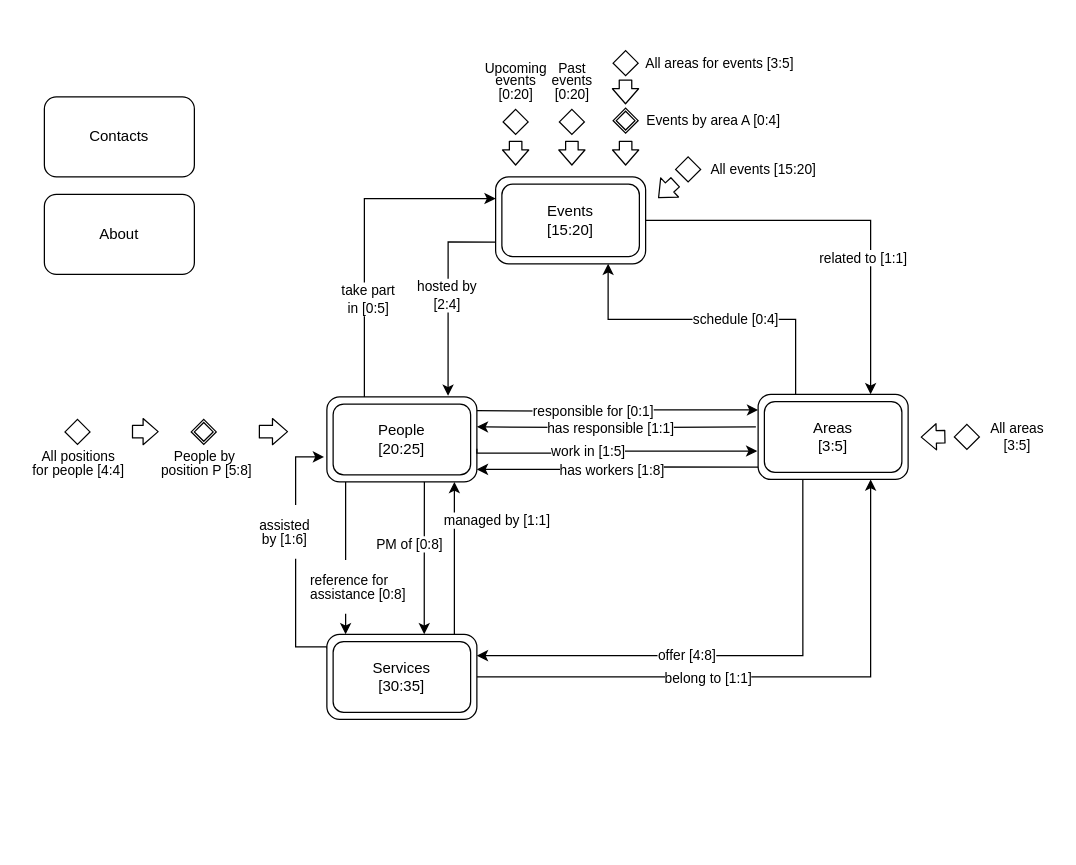
This is Design Document/C-IDM/C-IDM.drawio from lucagrammer/Plug-IT, a draw.io file, before an edit. Source tidied: cells renumbered, new cells numbered last; positions are measured from the earlier drawing's top-left corner, leaving out a move shared by most shapes. Both pictures are drawn from the tidied source at 125%, with x=0, y=0 at pixel (20, 41).
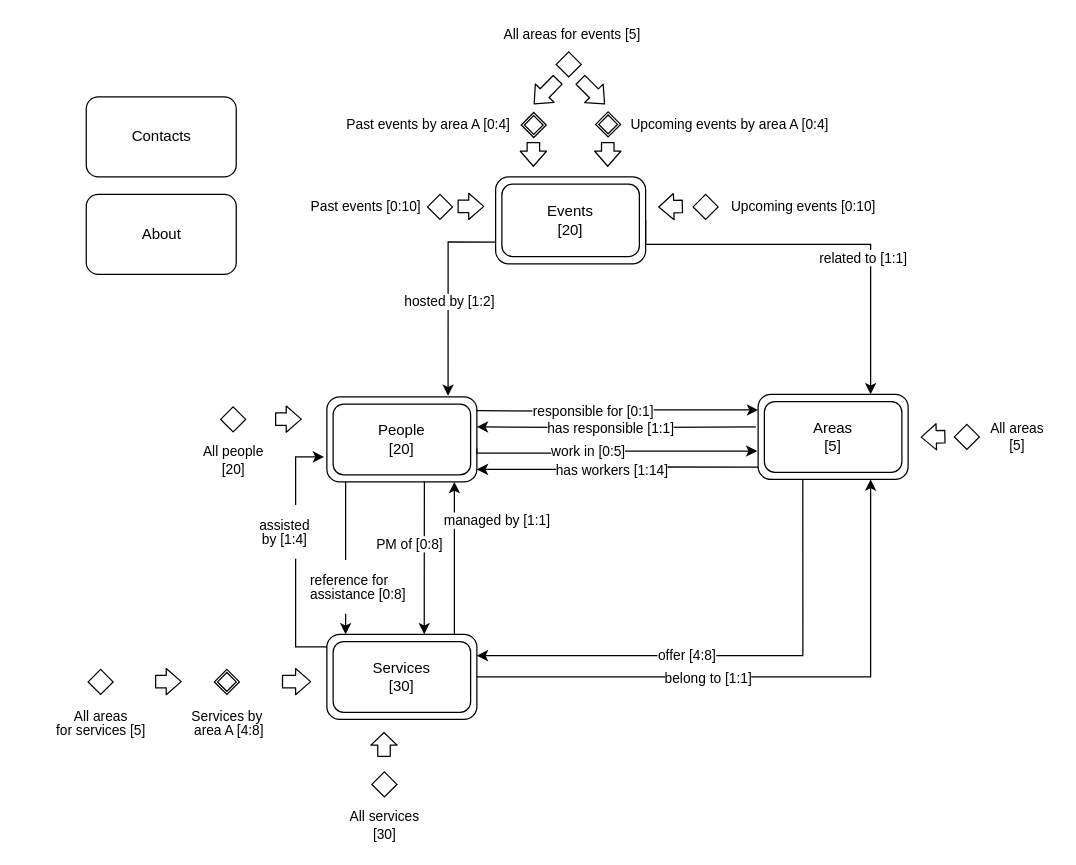
Above is the later version.

The change refers to these unchanged cells:
```xml
<mxCell id="2" style="edgeStyle=orthogonalEdgeStyle;rounded=0;jettySize=auto;html=1;endArrow=none;endFill=0;startArrow=classic;startFill=1;entryX=0.002;entryY=0.855;entryDx=0;entryDy=0;entryPerimeter=0;" parent="1" edge="1" target="44">
  <mxGeometry relative="1" as="geometry">
    <mxPoint x="365" y="342" as="sourcePoint" />
    <Array as="points">
      <mxPoint x="495" y="342" />
    </Array>
  </mxGeometry>
</mxCell>
<mxCell id="6" style="group;" parent="5" vertex="1">
  <mxGeometry width="120" height="68" as="geometry" />
</mxCell>
<mxCell id="7" style="rounded=1;whiteSpace=wrap;html=1;perimeterSpacing=0;sketch=0;" parent="6" vertex="1">
  <mxGeometry width="120" height="68" as="geometry" />
</mxCell>
<mxCell id="25" style="edgeStyle=orthogonalEdgeStyle;rounded=0;jettySize=auto;html=1;entryX=-0.006;entryY=0.667;entryDx=0;entryDy=0;entryPerimeter=0;" parent="1" edge="1" target="44">
  <mxGeometry relative="1" as="geometry">
    <mxPoint x="365" y="325.5" as="sourcePoint" />
    <Array as="points">
      <mxPoint x="365" y="329" />
      <mxPoint x="435" y="329" />
    </Array>
  </mxGeometry>
</mxCell>
<mxCell id="31" style="edgeStyle=orthogonalEdgeStyle;rounded=0;jettySize=auto;html=1;entryX=0;entryY=0.167;entryDx=0;entryDy=0;startArrow=classic;startFill=1;endArrow=none;endFill=0;exitX=-0.019;exitY=0.706;exitDx=0;exitDy=0;exitPerimeter=0;entryPerimeter=0;" parent="1" edge="1" source="7" target="53">
  <mxGeometry relative="1" as="geometry">
    <Array as="points">
      <mxPoint x="220" y="332" />
      <mxPoint x="220" y="484" />
      <mxPoint x="245" y="484" />
    </Array>
  </mxGeometry>
</mxCell>
<mxCell id="43" style="group;" parent="1" vertex="1">
  <mxGeometry x="590" y="282" width="120" height="68" as="geometry" />
</mxCell>
<mxCell id="44" style="rounded=1;whiteSpace=wrap;html=1;perimeterSpacing=0;sketch=0;" parent="43" vertex="1">
  <mxGeometry width="120" height="68" as="geometry" />
</mxCell>
<mxCell id="49" style="group;" parent="1" vertex="1">
  <mxGeometry x="380" y="108" width="120" height="69.5" as="geometry" />
</mxCell>
<mxCell id="50" style="rounded=1;whiteSpace=wrap;html=1;perimeterSpacing=0;sketch=0;" parent="49" vertex="1">
  <mxGeometry width="120" height="69.5" as="geometry" />
</mxCell>
<mxCell id="52" style="group;" parent="1" vertex="1">
  <mxGeometry x="245" y="474" width="120" height="68" as="geometry" />
</mxCell>
<mxCell id="60" style="edgeStyle=orthogonalEdgeStyle;rounded=0;jettySize=auto;html=1;exitX=0;exitY=0.75;exitDx=0;exitDy=0;entryX=0.808;entryY=-0.012;entryDx=0;entryDy=0;entryPerimeter=0;" parent="1" edge="1" source="50" target="7">
  <mxGeometry relative="1" as="geometry" />
</mxCell>
```

The edit, as a diff of the source:
```diff
@@
-    <mxCell id="3" value="has workers [1:8]" style="edgeLabel;html=1;align=center;verticalAlign=middle;" parent="2" vertex="1">
+    <mxCell id="3" value="has workers [1:14]" style="edgeLabel;html=1;align=center;verticalAlign=middle;" parent="2" vertex="1">
       <mxGeometry x="-0.18" relative="1" as="geometry">
         <mxPoint x="14.8" as="offset" />
       </mxGeometry>
     </mxCell>
     <mxCell id="4" value="About" style="rounded=1;whiteSpace=wrap;html=1;sketch=0;" parent="1" vertex="1">
-      <mxGeometry x="19" y="122" width="120" height="64" as="geometry" />
+      <mxGeometry x="52.5" y="122" width="120" height="64" as="geometry" />
     </mxCell>
@@
-    <mxCell id="8" value="People&lt;br&gt;[20:25]" style="rounded=1;whiteSpace=wrap;html=1;sketch=0;" parent="6" vertex="1">
+    <mxCell id="8" value="People&lt;br&gt;[20]" style="rounded=1;whiteSpace=wrap;html=1;sketch=0;" parent="6" vertex="1">
       <mxGeometry x="5" y="5.7" width="110" height="56.7" as="geometry" />
     </mxCell>
@@
     <mxCell id="11" style="edgeStyle=orthogonalEdgeStyle;rounded=0;jettySize=auto;html=1;entryX=1;entryY=0.5;entryDx=0;entryDy=0;startArrow=classic;startFill=1;endArrow=none;endFill=0;exitX=0.75;exitY=0;exitDx=0;exitDy=0;" parent="1" edge="1" source="44" target="50">
       <mxGeometry relative="1" as="geometry">
         <Array as="points">
-          <mxPoint x="680" y="143" />
+          <mxPoint x="680" y="162" />
+          <mxPoint x="500" y="162" />
         </Array>
       </mxGeometry>
     </mxCell>
@@
-    <mxCell id="19" style="edgeStyle=orthogonalEdgeStyle;rounded=0;jettySize=auto;html=1;exitX=0.75;exitY=1;exitDx=0;exitDy=0;entryX=0.25;entryY=0;entryDx=0;entryDy=0;startArrow=classic;startFill=1;endArrow=none;endFill=0;" parent="1" edge="1" source="50" target="44">
-      <mxGeometry relative="1" as="geometry">
-        <Array as="points">
-          <mxPoint x="470" y="222" />
-          <mxPoint x="620" y="222" />
-        </Array>
-      </mxGeometry>
-    </mxCell>
-    <mxCell id="20" value="schedule [0:4]" style="edgeLabel;html=1;align=center;verticalAlign=middle;" parent="19" vertex="1">
-      <mxGeometry x="0.46" y="-1" relative="1" as="geometry">
-        <mxPoint x="-40.5" y="-1.5" as="offset" />
-      </mxGeometry>
-    </mxCell>
@@
-    <mxCell id="26" value="work in [1:5]" style="edgeLabel;html=1;align=center;verticalAlign=middle;" parent="25" vertex="1">
+    <mxCell id="26" value="work in [0:5]" style="edgeLabel;html=1;align=center;verticalAlign=middle;" parent="25" vertex="1">
       <mxGeometry x="-0.18" relative="1" as="geometry" />
     </mxCell>
-    <mxCell id="27" value="&lt;p style=&quot;line-height: 95%&quot;&gt;People by&lt;br style=&quot;font-size: 11px&quot;&gt;&amp;nbsp;position P [5:8]&lt;/p&gt;" style="text;html=1;align=center;verticalAlign=middle;fontSize=11;" parent="1" vertex="1">
-      <mxGeometry x="101.5" y="312" width="90" height="50" as="geometry" />
-    </mxCell>
-    <mxCell id="28" value="&lt;p style=&quot;line-height: 95%&quot;&gt;All positions&lt;br style=&quot;font-size: 11px&quot;&gt;for people [4:4]&lt;/p&gt;" style="text;html=1;align=center;verticalAlign=middle;fontSize=11;" parent="1" vertex="1">
-      <mxGeometry x="0.5" y="312" width="90" height="50" as="geometry" />
-    </mxCell>
@@
-    <mxCell id="32" value="&lt;p style=&quot;line-height: 95%&quot;&gt;assisted &lt;br&gt;by [1:6]&lt;/p&gt;" style="edgeLabel;html=1;align=center;verticalAlign=middle;" parent="31" vertex="1">
+    <mxCell id="32" value="&lt;p style=&quot;line-height: 95%&quot;&gt;assisted &lt;br&gt;by [1:4]&lt;/p&gt;" style="edgeLabel;html=1;align=center;verticalAlign=middle;" parent="31" vertex="1">
       <mxGeometry x="-0.43" y="-2" relative="1" as="geometry">
         <mxPoint x="-8" y="25.7" as="offset" />
       </mxGeometry>
     </mxCell>
@@
-    <mxCell id="34" value="All areas&lt;br style=&quot;font-size: 11px;&quot;&gt;[3:5]" style="text;html=1;align=center;verticalAlign=middle;fontSize=11;" parent="1" vertex="1">
+    <mxCell id="34" value="All areas&lt;br style=&quot;font-size: 11px&quot;&gt;[5]" style="text;html=1;align=center;verticalAlign=middle;fontSize=11;" parent="1" vertex="1">
       <mxGeometry x="767" y="301" width="60" height="30" as="geometry" />
     </mxCell>
     <mxCell id="35" value="Contacts" style="rounded=1;whiteSpace=wrap;html=1;sketch=0;" parent="1" vertex="1">
-      <mxGeometry x="19" y="44" width="120" height="64" as="geometry" />
+      <mxGeometry x="52.5" y="44" width="120" height="64" as="geometry" />
     </mxCell>
     <mxCell id="36" style="rhombus;whiteSpace=wrap;html=1;rounded=0;sketch=0;" parent="1" vertex="1">
-      <mxGeometry x="474" y="53" width="20" height="20" as="geometry" />
+      <mxGeometry x="400.5" y="56.5" width="20" height="20" as="geometry" />
     </mxCell>
-    <mxCell id="37" value="Events by area A [0:4]" style="text;html=1;align=center;verticalAlign=middle;fontSize=11;" parent="1" vertex="1">
-      <mxGeometry x="494" y="53" width="120" height="20" as="geometry" />
+    <mxCell id="37" value="&lt;div&gt;Past events by area A [0:4]&lt;/div&gt;" style="text;html=1;align=center;verticalAlign=middle;fontSize=11;" parent="1" vertex="1">
+      <mxGeometry x="251" y="56" width="150" height="20" as="geometry" />
     </mxCell>
-    <mxCell id="38" style="shape=flexArrow;endArrow=classic;html=1;endWidth=9.902912621359222;endSize=3.67378640776699;" parent="1" edge="1">
-      <mxGeometry relative="1" as="geometry">
-        <mxPoint x="484" y="79" as="sourcePoint" />
-        <mxPoint x="484" y="99" as="targetPoint" />
-      </mxGeometry>
-    </mxCell>
     <mxCell id="39" style="rhombus;whiteSpace=wrap;html=1;rounded=0;sketch=0;" parent="1" vertex="1">
-      <mxGeometry x="476.5" y="55.5" width="15" height="15" as="geometry" />
+      <mxGeometry x="403" y="59" width="15" height="15" as="geometry" />
     </mxCell>
-    <mxCell id="40" style="rhombus;whiteSpace=wrap;html=1;rounded=0;sketch=0;" parent="1" vertex="1">
-      <mxGeometry x="474" y="7" width="20" height="20" as="geometry" />
-    </mxCell>
-    <mxCell id="41" value="All areas for events [3:5]" style="text;html=1;align=center;verticalAlign=middle;fontSize=11;" parent="1" vertex="1">
-      <mxGeometry x="494" y="7" width="130" height="20" as="geometry" />
+    <mxCell id="41" value="All areas for events [5]" style="text;html=1;align=center;verticalAlign=middle;fontSize=11;" parent="1" vertex="1">
+      <mxGeometry x="381" y="-16" width="120" height="20" as="geometry" />
     </mxCell>
-    <mxCell id="42" style="rhombus;whiteSpace=wrap;html=1;rounded=0;sketch=0;" parent="1" vertex="1">
-      <mxGeometry x="431" y="54" width="20" height="20" as="geometry" />
-    </mxCell>
@@
-    <mxCell id="45" value="Areas &lt;br&gt;[3:5]" style="rounded=1;whiteSpace=wrap;html=1;sketch=0;" parent="43" vertex="1">
+    <mxCell id="45" value="Areas &lt;br&gt;[5]" style="rounded=1;whiteSpace=wrap;html=1;sketch=0;" parent="43" vertex="1">
       <mxGeometry x="5" y="5.7" width="110" height="56.7" as="geometry" />
     </mxCell>
@@
-    <mxCell id="47" style="shape=flexArrow;endArrow=classic;html=1;endWidth=9.902912621359222;endSize=3.67378640776699;" parent="1" edge="1">
-      <mxGeometry relative="1" as="geometry">
-        <mxPoint x="483.9" y="30" as="sourcePoint" />
-        <mxPoint x="483.9" y="50" as="targetPoint" />
-      </mxGeometry>
-    </mxCell>
-    <mxCell id="48" style="shape=flexArrow;endArrow=classic;html=1;endWidth=9.902912621359222;endSize=3.67378640776699;" parent="1" edge="1">
-      <mxGeometry relative="1" as="geometry">
-        <mxPoint x="441" y="79" as="sourcePoint" />
-        <mxPoint x="441" y="99" as="targetPoint" />
-      </mxGeometry>
-    </mxCell>
@@
-    <mxCell id="51" value="Events &lt;br&gt;[15:20]" style="rounded=1;whiteSpace=wrap;html=1;sketch=0;" parent="49" vertex="1">
+    <mxCell id="51" value="Events &lt;br&gt;[20]" style="rounded=1;whiteSpace=wrap;html=1;sketch=0;" parent="49" vertex="1">
       <mxGeometry x="5" y="5.8" width="110" height="57.9" as="geometry" />
     </mxCell>
@@
-    <mxCell id="54" value="Services&lt;br&gt;[30:35]" style="rounded=1;whiteSpace=wrap;html=1;sketch=0;" parent="52" vertex="1">
+    <mxCell id="54" value="Services&lt;br&gt;[30]" style="rounded=1;whiteSpace=wrap;html=1;sketch=0;" parent="52" vertex="1">
       <mxGeometry x="5" y="5.7" width="110" height="56.7" as="geometry" />
     </mxCell>
-    <mxCell id="55" style="rhombus;whiteSpace=wrap;html=1;rounded=0;sketch=0;" parent="1" vertex="1">
-      <mxGeometry x="136.5" y="302" width="20" height="20" as="geometry" />
-    </mxCell>
-    <mxCell id="56" style="shape=flexArrow;endArrow=classic;html=1;endWidth=9.902912621359222;endSize=3.67378640776699;" parent="1" edge="1">
-      <mxGeometry relative="1" as="geometry">
-        <mxPoint x="190.5" y="311.8" as="sourcePoint" />
-        <mxPoint x="214" y="311.8" as="targetPoint" />
-      </mxGeometry>
-    </mxCell>
-    <mxCell id="57" style="rhombus;whiteSpace=wrap;html=1;rounded=0;sketch=0;" parent="1" vertex="1">
-      <mxGeometry x="139" y="304.5" width="15" height="15" as="geometry" />
-    </mxCell>
     <mxCell id="58" style="rhombus;whiteSpace=wrap;html=1;rounded=0;sketch=0;" parent="1" vertex="1">
-      <mxGeometry x="35.5" y="302" width="20" height="20" as="geometry" />
+      <mxGeometry x="160" y="292" width="20" height="20" as="geometry" />
     </mxCell>
     <mxCell id="59" style="shape=flexArrow;endArrow=classic;html=1;endWidth=9.902912621359222;endSize=3.67378640776699;" parent="1" edge="1">
       <mxGeometry relative="1" as="geometry">
-        <mxPoint x="89" y="311.8" as="sourcePoint" />
-        <mxPoint x="110.5" y="311.8" as="targetPoint" />
+        <mxPoint x="203.5" y="301.8" as="sourcePoint" />
+        <mxPoint x="225" y="301.8" as="targetPoint" />
       </mxGeometry>
     </mxCell>
@@
-    <mxCell id="61" style="edgeStyle=orthogonalEdgeStyle;rounded=0;jettySize=auto;html=1;exitX=0.25;exitY=0;exitDx=0;exitDy=0;entryX=0;entryY=0.25;entryDx=0;entryDy=0;" parent="1" edge="1" source="7" target="50">
-      <mxGeometry relative="1" as="geometry" />
-    </mxCell>
-    <mxCell id="62" value="hosted by&lt;br&gt;[2:4]" style="edgeLabel;html=1;align=center;verticalAlign=middle;" parent="61" vertex="1">
-      <mxGeometry x="-0.23" relative="1" as="geometry">
-        <mxPoint x="65" y="19.7" as="offset" />
-      </mxGeometry>
-    </mxCell>
-    <mxCell id="63" value="take part &lt;br&gt;in [0:5]" style="edgeLabel;html=1;align=center;verticalAlign=middle;" parent="61" vertex="1">
-      <mxGeometry x="-0.4" y="-2" relative="1" as="geometry" />
-    </mxCell>
-    <mxCell id="64" style="rhombus;whiteSpace=wrap;html=1;rounded=0;sketch=0;" parent="1" vertex="1">
-      <mxGeometry x="524" y="92" width="20" height="20" as="geometry" />
-    </mxCell>
-    <mxCell id="65" value="All events [15:20]" style="text;html=1;align=center;verticalAlign=middle;fontSize=11;" parent="1" vertex="1">
-      <mxGeometry x="544" y="92" width="100" height="20" as="geometry" />
-    </mxCell>
-    <mxCell id="66" style="shape=flexArrow;endArrow=classic;html=1;endWidth=9.902912621359222;endSize=3.67378640776699;" parent="1" edge="1">
-      <mxGeometry relative="1" as="geometry">
-        <mxPoint x="524" y="112" as="sourcePoint" />
-        <mxPoint x="510" y="125" as="targetPoint" />
-        <Array as="points">
-          <mxPoint x="510" y="125" />
-        </Array>
-      </mxGeometry>
-    </mxCell>
-    <mxCell id="67" value="&lt;p style=&quot;line-height: 95% ; font-size: 11px&quot;&gt;Upcoming &lt;br&gt;events &lt;br&gt;[0:20]&lt;/p&gt;" style="text;html=1;align=center;verticalAlign=middle;direction=west;" parent="1" vertex="1">
-      <mxGeometry x="361" y="0.5" width="70" height="60" as="geometry" />
-    </mxCell>
-    <mxCell id="68" style="rhombus;whiteSpace=wrap;html=1;rounded=0;sketch=0;" parent="1" vertex="1">
-      <mxGeometry x="386" y="54" width="20" height="20" as="geometry" />
-    </mxCell>
-    <mxCell id="69" style="shape=flexArrow;endArrow=classic;html=1;endWidth=9.902912621359222;endSize=3.67378640776699;" parent="1" edge="1">
-      <mxGeometry relative="1" as="geometry">
-        <mxPoint x="396" y="79" as="sourcePoint" />
-        <mxPoint x="396" y="99" as="targetPoint" />
-      </mxGeometry>
-    </mxCell>
-    <mxCell id="70" value="&lt;p style=&quot;line-height: 95% ; font-size: 11px&quot;&gt;Past &lt;br&gt;events &lt;br&gt;[0:20]&lt;/p&gt;" style="text;html=1;align=center;verticalAlign=middle;" parent="1" vertex="1">
-      <mxGeometry x="416" y="0.5" width="50" height="60" as="geometry" />
-    </mxCell>
+    <mxCell id="71" value="hosted by [1:2]" style="edgeLabel;html=1;align=center;verticalAlign=middle;" parent="60" vertex="1">
+      <mxGeometry x="0.05" y="1" relative="1" as="geometry" />
+    </mxCell>
+    <mxCell id="72" style="rhombus;whiteSpace=wrap;html=1;rounded=0;sketch=0;" parent="1" vertex="1">
+      <mxGeometry x="155" y="502" width="20" height="20" as="geometry" />
+    </mxCell>
+    <mxCell id="73" style="shape=flexArrow;endArrow=classic;html=1;endWidth=9.902912621359222;endSize=3.67378640776699;" parent="1" edge="1">
+      <mxGeometry relative="1" as="geometry">
+        <mxPoint x="209" y="511.8" as="sourcePoint" />
+        <mxPoint x="232.5" y="511.8" as="targetPoint" />
+      </mxGeometry>
+    </mxCell>
+    <mxCell id="74" style="rhombus;whiteSpace=wrap;html=1;rounded=0;sketch=0;" parent="1" vertex="1">
+      <mxGeometry x="157.5" y="504.5" width="15" height="15" as="geometry" />
+    </mxCell>
+    <mxCell id="75" style="rhombus;whiteSpace=wrap;html=1;rounded=0;sketch=0;" parent="1" vertex="1">
+      <mxGeometry x="54" y="502" width="20" height="20" as="geometry" />
+    </mxCell>
+    <mxCell id="76" style="shape=flexArrow;endArrow=classic;html=1;endWidth=9.902912621359222;endSize=3.67378640776699;" parent="1" edge="1">
+      <mxGeometry relative="1" as="geometry">
+        <mxPoint x="107.5" y="511.8" as="sourcePoint" />
+        <mxPoint x="129" y="511.8" as="targetPoint" />
+      </mxGeometry>
+    </mxCell>
+    <mxCell id="77" value="&lt;p style=&quot;line-height: 95%&quot;&gt;Services by&lt;br style=&quot;font-size: 11px&quot;&gt;&amp;nbsp;area A [4:8]&lt;/p&gt;" style="text;html=1;align=center;verticalAlign=middle;fontSize=11;" parent="1" vertex="1">
+      <mxGeometry x="130" y="519.5" width="70" height="50" as="geometry" />
+    </mxCell>
+    <mxCell id="78" value="&lt;p style=&quot;line-height: 95%&quot;&gt;All areas&lt;br style=&quot;font-size: 11px&quot;&gt;for services [5]&lt;/p&gt;" style="text;html=1;align=center;verticalAlign=middle;fontSize=11;" parent="1" vertex="1">
+      <mxGeometry x="19" y="519.5" width="90" height="50" as="geometry" />
+    </mxCell>
+    <mxCell id="79" style="rhombus;whiteSpace=wrap;html=1;rounded=0;sketch=0;" parent="1" vertex="1">
+      <mxGeometry x="281" y="584" width="20" height="20" as="geometry" />
+    </mxCell>
+    <mxCell id="80" value="All services&lt;br style=&quot;font-size: 11px&quot;&gt;[30]" style="text;html=1;align=center;verticalAlign=middle;fontSize=11;" parent="1" vertex="1">
+      <mxGeometry x="256" y="612" width="70" height="30" as="geometry" />
+    </mxCell>
+    <mxCell id="81" style="shape=flexArrow;endArrow=classic;html=1;endWidth=9.902912621359222;endSize=3.0395348837209304;width=10;" parent="1" edge="1">
+      <mxGeometry relative="1" as="geometry">
+        <mxPoint x="290.7" y="572" as="sourcePoint" />
+        <mxPoint x="290.7" y="552" as="targetPoint" />
+      </mxGeometry>
+    </mxCell>
+    <mxCell id="82" value="All people&lt;br style=&quot;font-size: 11px&quot;&gt;[20]" style="text;html=1;align=center;verticalAlign=middle;fontSize=11;" parent="1" vertex="1">
+      <mxGeometry x="140" y="320" width="60" height="30" as="geometry" />
+    </mxCell>
+    <mxCell id="83" style="rhombus;whiteSpace=wrap;html=1;rounded=0;sketch=0;" parent="1" vertex="1">
+      <mxGeometry x="428.5" y="8" width="20" height="20" as="geometry" />
+    </mxCell>
+    <mxCell id="84" style="shape=flexArrow;endArrow=classic;html=1;endWidth=9.902912621359222;endSize=3.67378640776699;" parent="1" edge="1">
+      <mxGeometry relative="1" as="geometry">
+        <mxPoint x="430" y="30" as="sourcePoint" />
+        <mxPoint x="410.5" y="50" as="targetPoint" />
+      </mxGeometry>
+    </mxCell>
+    <mxCell id="85" style="rhombus;whiteSpace=wrap;html=1;rounded=0;sketch=0;" parent="1" vertex="1">
+      <mxGeometry x="538" y="122" width="20" height="20" as="geometry" />
+    </mxCell>
+    <mxCell id="86" value="&lt;div&gt;Upcoming&amp;nbsp;&lt;span&gt;events&amp;nbsp;&lt;/span&gt;&lt;span&gt;[0:10]&lt;/span&gt;&lt;/div&gt;" style="text;html=1;align=center;verticalAlign=middle;fontSize=11;" parent="1" vertex="1">
+      <mxGeometry x="560.5" y="122" width="130" height="20" as="geometry" />
+    </mxCell>
+    <mxCell id="87" style="rhombus;whiteSpace=wrap;html=1;rounded=0;sketch=0;" parent="1" vertex="1">
+      <mxGeometry x="325.5" y="122" width="20" height="20" as="geometry" />
+    </mxCell>
+    <mxCell id="88" value="&lt;div&gt;Past&amp;nbsp;&lt;span&gt;events&amp;nbsp;&lt;/span&gt;&lt;span&gt;[0:10]&lt;/span&gt;&lt;/div&gt;" style="text;html=1;align=center;verticalAlign=middle;fontSize=11;" parent="1" vertex="1">
+      <mxGeometry x="225.5" y="122" width="100" height="20" as="geometry" />
+    </mxCell>
+    <mxCell id="89" value="&lt;div&gt;Upcoming events by area A [0:4]&lt;/div&gt;" style="text;html=1;align=center;verticalAlign=middle;fontSize=11;" parent="1" vertex="1">
+      <mxGeometry x="481.5" y="55.5" width="170" height="20" as="geometry" />
+    </mxCell>
+    <mxCell id="90" style="shape=flexArrow;endArrow=classic;html=1;endWidth=9.902912621359222;endSize=3.67378640776699;" parent="1" edge="1">
+      <mxGeometry relative="1" as="geometry">
+        <mxPoint x="447.5" y="30" as="sourcePoint" />
+        <mxPoint x="467.5" y="50" as="targetPoint" />
+      </mxGeometry>
+    </mxCell>
+    <mxCell id="91" style="rhombus;whiteSpace=wrap;html=1;rounded=0;sketch=0;" parent="1" vertex="1">
+      <mxGeometry x="460" y="56" width="20" height="20" as="geometry" />
+    </mxCell>
+    <mxCell id="92" style="rhombus;whiteSpace=wrap;html=1;rounded=0;sketch=0;" parent="1" vertex="1">
+      <mxGeometry x="462.5" y="58.5" width="15" height="15" as="geometry" />
+    </mxCell>
+    <mxCell id="93" style="shape=flexArrow;endArrow=classic;html=1;endWidth=9.902912621359222;endSize=3.67378640776699;" parent="1" edge="1">
+      <mxGeometry relative="1" as="geometry">
+        <mxPoint x="410.2" y="80" as="sourcePoint" />
+        <mxPoint x="410.2" y="100" as="targetPoint" />
+      </mxGeometry>
+    </mxCell>
+    <mxCell id="94" style="shape=flexArrow;endArrow=classic;html=1;endWidth=9.902912621359222;endSize=3.67378640776699;" parent="1" edge="1">
+      <mxGeometry relative="1" as="geometry">
+        <mxPoint x="469.7" y="80" as="sourcePoint" />
+        <mxPoint x="469.7" y="100" as="targetPoint" />
+      </mxGeometry>
+    </mxCell>
+    <mxCell id="95" style="shape=flexArrow;endArrow=classic;html=1;endWidth=9.902912621359222;endSize=3.67378640776699;" parent="1" edge="1">
+      <mxGeometry relative="1" as="geometry">
+        <mxPoint x="529.9" y="131.6" as="sourcePoint" />
+        <mxPoint x="510" y="132.1" as="targetPoint" />
+      </mxGeometry>
+    </mxCell>
+    <mxCell id="96" style="shape=flexArrow;endArrow=classic;html=1;endWidth=9.902912621359222;endSize=3.67378640776699;" parent="1" edge="1">
+      <mxGeometry relative="1" as="geometry">
+        <mxPoint x="349.5" y="131.6" as="sourcePoint" />
+        <mxPoint x="371" y="131.6" as="targetPoint" />
+      </mxGeometry>
+    </mxCell>
```
